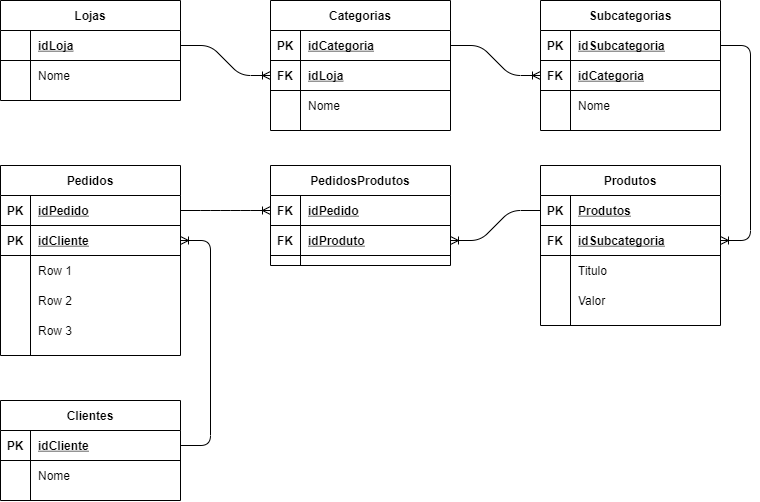
This is Spint_1-BancoDeDados/exercicios/1.5-exercicio-ecommerce/01_modelagem_conceitual-logico-logico.png.png from Meuniki/Senai-Dev, a draw.io export, as it was before one commit. Source tidied: cells renumbered, new cells last; positions are measured from the earlier drawing's top-left corner, leaving out a move shared by most shapes. Its diagram source:
```xml
<mxGraphModel>
  <root>
    <mxCell id="0" />
    <mxCell id="1" parent="0" />
    <mxCell id="2" value="Lojas" style="shape=table;startSize=30;rowLines=0;fontStyle=1;align=center;" parent="1" vertex="1">
      <mxGeometry width="180" height="100" as="geometry" />
    </mxCell>
    <mxCell id="3" style="shape=partialRectangle;fillColor=none;top=0;left=0;bottom=1;right=0;points=[[0,0.5],[1,0.5]];portConstraint=eastwest;" parent="2" vertex="1">
      <mxGeometry y="30" width="180" height="30" as="geometry" />
    </mxCell>
    <mxCell id="4" style="shape=partialRectangle;fillColor=none;top=0;left=0;bottom=0;right=0;fontStyle=1;overflow=hidden;" parent="3" vertex="1">
      <mxGeometry width="30" height="30" as="geometry" />
    </mxCell>
    <mxCell id="5" value="idLoja" style="shape=partialRectangle;fillColor=none;top=0;left=0;bottom=0;right=0;align=left;spacingLeft=6;fontStyle=5;overflow=hidden;" parent="3" vertex="1">
      <mxGeometry x="30" width="150" height="30" as="geometry" />
    </mxCell>
    <mxCell id="6" style="shape=partialRectangle;fillColor=none;top=0;left=0;bottom=0;right=0;" parent="2" vertex="1">
      <mxGeometry y="60" width="180" height="30" as="geometry" />
    </mxCell>
    <mxCell id="7" style="shape=partialRectangle;fillColor=none;top=0;left=0;bottom=0;right=0;overflow=hidden;" parent="6" vertex="1">
      <mxGeometry width="30" height="30" as="geometry" />
    </mxCell>
    <mxCell id="8" value="Nome" style="shape=partialRectangle;fillColor=none;top=0;left=0;bottom=0;right=0;align=left;spacingLeft=6;overflow=hidden;" parent="6" vertex="1">
      <mxGeometry x="30" width="150" height="30" as="geometry" />
    </mxCell>
    <mxCell id="9" value="Categorias" style="shape=table;startSize=30;rowLines=0;fontStyle=1;align=center;" parent="1" vertex="1">
      <mxGeometry x="270" width="180" height="130" as="geometry" />
    </mxCell>
    <mxCell id="10" style="shape=partialRectangle;fillColor=none;top=0;left=0;bottom=1;right=0;points=[[0,0.5],[1,0.5]];portConstraint=eastwest;" parent="9" vertex="1">
      <mxGeometry y="30" width="180" height="30" as="geometry" />
    </mxCell>
    <mxCell id="11" value="PK" style="shape=partialRectangle;fillColor=none;top=0;left=0;bottom=0;right=0;fontStyle=1;overflow=hidden;" parent="10" vertex="1">
      <mxGeometry width="30" height="30" as="geometry" />
    </mxCell>
    <mxCell id="12" value="idCategoria" style="shape=partialRectangle;fillColor=none;top=0;left=0;bottom=0;right=0;align=left;spacingLeft=6;fontStyle=5;overflow=hidden;" parent="10" vertex="1">
      <mxGeometry x="30" width="150" height="30" as="geometry" />
    </mxCell>
    <mxCell id="13" style="shape=partialRectangle;fillColor=none;top=0;left=0;bottom=1;right=0;points=[[0,0.5],[1,0.5]];portConstraint=eastwest;" parent="9" vertex="1">
      <mxGeometry y="60" width="180" height="30" as="geometry" />
    </mxCell>
    <mxCell id="14" value="FK" style="shape=partialRectangle;fillColor=none;top=0;left=0;bottom=0;right=0;fontStyle=1;overflow=hidden;" parent="13" vertex="1">
      <mxGeometry width="30" height="30" as="geometry" />
    </mxCell>
    <mxCell id="15" value="idLoja" style="shape=partialRectangle;fillColor=none;top=0;left=0;bottom=0;right=0;align=left;spacingLeft=6;fontStyle=5;overflow=hidden;" parent="13" vertex="1">
      <mxGeometry x="30" width="150" height="30" as="geometry" />
    </mxCell>
    <mxCell id="16" style="shape=partialRectangle;fillColor=none;top=0;left=0;bottom=0;right=0;" parent="9" vertex="1">
      <mxGeometry y="90" width="180" height="30" as="geometry" />
    </mxCell>
    <mxCell id="17" style="shape=partialRectangle;fillColor=none;top=0;left=0;bottom=0;right=0;overflow=hidden;" parent="16" vertex="1">
      <mxGeometry width="30" height="30" as="geometry" />
    </mxCell>
    <mxCell id="18" value="Nome" style="shape=partialRectangle;fillColor=none;top=0;left=0;bottom=0;right=0;align=left;spacingLeft=6;overflow=hidden;" parent="16" vertex="1">
      <mxGeometry x="30" width="150" height="30" as="geometry" />
    </mxCell>
    <mxCell id="19" value="Subcategorias" style="shape=table;startSize=30;rowLines=0;fontStyle=1;align=center;" parent="1" vertex="1">
      <mxGeometry x="540" width="180" height="130" as="geometry" />
    </mxCell>
    <mxCell id="20" style="shape=partialRectangle;fillColor=none;top=0;left=0;bottom=1;right=0;points=[[0,0.5],[1,0.5]];portConstraint=eastwest;" parent="19" vertex="1">
      <mxGeometry y="30" width="180" height="30" as="geometry" />
    </mxCell>
    <mxCell id="21" value="PK" style="shape=partialRectangle;fillColor=none;top=0;left=0;bottom=0;right=0;fontStyle=1;overflow=hidden;" parent="20" vertex="1">
      <mxGeometry width="30" height="30" as="geometry" />
    </mxCell>
    <mxCell id="22" value="idSubcategoria" style="shape=partialRectangle;fillColor=none;top=0;left=0;bottom=0;right=0;align=left;spacingLeft=6;fontStyle=5;overflow=hidden;" parent="20" vertex="1">
      <mxGeometry x="30" width="150" height="30" as="geometry" />
    </mxCell>
    <mxCell id="23" style="shape=partialRectangle;fillColor=none;top=0;left=0;bottom=1;right=0;points=[[0,0.5],[1,0.5]];portConstraint=eastwest;" parent="19" vertex="1">
      <mxGeometry y="60" width="180" height="30" as="geometry" />
    </mxCell>
    <mxCell id="24" value="FK" style="shape=partialRectangle;fillColor=none;top=0;left=0;bottom=0;right=0;fontStyle=1;overflow=hidden;" parent="23" vertex="1">
      <mxGeometry width="30" height="30" as="geometry" />
    </mxCell>
    <mxCell id="25" value="idCategoria" style="shape=partialRectangle;fillColor=none;top=0;left=0;bottom=0;right=0;align=left;spacingLeft=6;fontStyle=5;overflow=hidden;" parent="23" vertex="1">
      <mxGeometry x="30" width="150" height="30" as="geometry" />
    </mxCell>
    <mxCell id="26" style="shape=partialRectangle;fillColor=none;top=0;left=0;bottom=0;right=0;" parent="19" vertex="1">
      <mxGeometry y="90" width="180" height="30" as="geometry" />
    </mxCell>
    <mxCell id="27" style="shape=partialRectangle;fillColor=none;top=0;left=0;bottom=0;right=0;overflow=hidden;" parent="26" vertex="1">
      <mxGeometry width="30" height="30" as="geometry" />
    </mxCell>
    <mxCell id="28" value="Nome" style="shape=partialRectangle;fillColor=none;top=0;left=0;bottom=0;right=0;align=left;spacingLeft=6;overflow=hidden;" parent="26" vertex="1">
      <mxGeometry x="30" width="150" height="30" as="geometry" />
    </mxCell>
    <mxCell id="29" value="PedidosProdutos" style="shape=table;startSize=30;rowLines=0;fontStyle=1;align=center;" parent="1" vertex="1">
      <mxGeometry x="270" y="165" width="180" height="100" as="geometry" />
    </mxCell>
    <mxCell id="30" style="shape=partialRectangle;fillColor=none;top=0;left=0;bottom=1;right=0;points=[[0,0.5],[1,0.5]];portConstraint=eastwest;" parent="29" vertex="1">
      <mxGeometry y="30" width="180" height="30" as="geometry" />
    </mxCell>
    <mxCell id="31" value="FK" style="shape=partialRectangle;fillColor=none;top=0;left=0;bottom=0;right=0;fontStyle=1;overflow=hidden;" parent="30" vertex="1">
      <mxGeometry width="30" height="30" as="geometry" />
    </mxCell>
    <mxCell id="32" value="idPedido" style="shape=partialRectangle;fillColor=none;top=0;left=0;bottom=0;right=0;align=left;spacingLeft=6;fontStyle=5;overflow=hidden;" parent="30" vertex="1">
      <mxGeometry x="30" width="150" height="30" as="geometry" />
    </mxCell>
    <mxCell id="33" style="shape=partialRectangle;fillColor=none;top=0;left=0;bottom=1;right=0;points=[[0,0.5],[1,0.5]];portConstraint=eastwest;" parent="29" vertex="1">
      <mxGeometry y="60" width="180" height="30" as="geometry" />
    </mxCell>
    <mxCell id="34" value="FK" style="shape=partialRectangle;fillColor=none;top=0;left=0;bottom=0;right=0;fontStyle=1;overflow=hidden;" parent="33" vertex="1">
      <mxGeometry width="30" height="30" as="geometry" />
    </mxCell>
    <mxCell id="35" value="idProduto" style="shape=partialRectangle;fillColor=none;top=0;left=0;bottom=0;right=0;align=left;spacingLeft=6;fontStyle=5;overflow=hidden;" parent="33" vertex="1">
      <mxGeometry x="30" width="150" height="30" as="geometry" />
    </mxCell>
    <mxCell id="36" value="Clientes" style="shape=table;startSize=30;rowLines=0;fontStyle=1;align=center;" parent="1" vertex="1">
      <mxGeometry y="400" width="180" height="100" as="geometry" />
    </mxCell>
    <mxCell id="37" style="shape=partialRectangle;fillColor=none;top=0;left=0;bottom=1;right=0;points=[[0,0.5],[1,0.5]];portConstraint=eastwest;" parent="36" vertex="1">
      <mxGeometry y="30" width="180" height="30" as="geometry" />
    </mxCell>
    <mxCell id="38" value="PK" style="shape=partialRectangle;fillColor=none;top=0;left=0;bottom=0;right=0;fontStyle=1;overflow=hidden;" parent="37" vertex="1">
      <mxGeometry width="30" height="30" as="geometry" />
    </mxCell>
    <mxCell id="39" value="idCliente" style="shape=partialRectangle;fillColor=none;top=0;left=0;bottom=0;right=0;align=left;spacingLeft=6;fontStyle=5;overflow=hidden;" parent="37" vertex="1">
      <mxGeometry x="30" width="150" height="30" as="geometry" />
    </mxCell>
    <mxCell id="40" style="shape=partialRectangle;fillColor=none;top=0;left=0;bottom=0;right=0;" parent="36" vertex="1">
      <mxGeometry y="60" width="180" height="30" as="geometry" />
    </mxCell>
    <mxCell id="41" style="shape=partialRectangle;fillColor=none;top=0;left=0;bottom=0;right=0;overflow=hidden;" parent="40" vertex="1">
      <mxGeometry width="30" height="30" as="geometry" />
    </mxCell>
    <mxCell id="42" value="Nome" style="shape=partialRectangle;fillColor=none;top=0;left=0;bottom=0;right=0;align=left;spacingLeft=6;overflow=hidden;" parent="40" vertex="1">
      <mxGeometry x="30" width="150" height="30" as="geometry" />
    </mxCell>
    <mxCell id="43" value="Produtos" style="shape=table;startSize=30;rowLines=0;fontStyle=1;align=center;" parent="1" vertex="1">
      <mxGeometry x="540" y="165" width="180" height="160" as="geometry" />
    </mxCell>
    <mxCell id="44" style="shape=partialRectangle;fillColor=none;top=0;left=0;bottom=1;right=0;points=[[0,0.5],[1,0.5]];portConstraint=eastwest;" parent="43" vertex="1">
      <mxGeometry y="30" width="180" height="30" as="geometry" />
    </mxCell>
    <mxCell id="45" value="PK" style="shape=partialRectangle;fillColor=none;top=0;left=0;bottom=0;right=0;fontStyle=1;overflow=hidden;" parent="44" vertex="1">
      <mxGeometry width="30" height="30" as="geometry" />
    </mxCell>
    <mxCell id="46" value="Produtos" style="shape=partialRectangle;fillColor=none;top=0;left=0;bottom=0;right=0;align=left;spacingLeft=6;fontStyle=5;overflow=hidden;" parent="44" vertex="1">
      <mxGeometry x="30" width="150" height="30" as="geometry" />
    </mxCell>
    <mxCell id="47" style="shape=partialRectangle;fillColor=none;top=0;left=0;bottom=1;right=0;points=[[0,0.5],[1,0.5]];portConstraint=eastwest;" parent="43" vertex="1">
      <mxGeometry y="60" width="180" height="30" as="geometry" />
    </mxCell>
    <mxCell id="48" value="FK" style="shape=partialRectangle;fillColor=none;top=0;left=0;bottom=0;right=0;fontStyle=1;overflow=hidden;" parent="47" vertex="1">
      <mxGeometry width="30" height="30" as="geometry" />
    </mxCell>
    <mxCell id="49" value="idSubcategoria" style="shape=partialRectangle;fillColor=none;top=0;left=0;bottom=0;right=0;align=left;spacingLeft=6;fontStyle=5;overflow=hidden;" parent="47" vertex="1">
      <mxGeometry x="30" width="150" height="30" as="geometry" />
    </mxCell>
    <mxCell id="50" style="shape=partialRectangle;fillColor=none;top=0;left=0;bottom=0;right=0;" parent="43" vertex="1">
      <mxGeometry y="90" width="180" height="30" as="geometry" />
    </mxCell>
    <mxCell id="51" style="shape=partialRectangle;fillColor=none;top=0;left=0;bottom=0;right=0;overflow=hidden;" parent="50" vertex="1">
      <mxGeometry width="30" height="30" as="geometry" />
    </mxCell>
    <mxCell id="52" value="Titulo" style="shape=partialRectangle;fillColor=none;top=0;left=0;bottom=0;right=0;align=left;spacingLeft=6;overflow=hidden;" parent="50" vertex="1">
      <mxGeometry x="30" width="150" height="30" as="geometry" />
    </mxCell>
    <mxCell id="53" style="shape=partialRectangle;fillColor=none;top=0;left=0;bottom=0;right=0;" parent="43" vertex="1">
      <mxGeometry y="120" width="180" height="30" as="geometry" />
    </mxCell>
    <mxCell id="54" style="shape=partialRectangle;fillColor=none;top=0;left=0;bottom=0;right=0;overflow=hidden;" parent="53" vertex="1">
      <mxGeometry width="30" height="30" as="geometry" />
    </mxCell>
    <mxCell id="55" value="Valor" style="shape=partialRectangle;fillColor=none;top=0;left=0;bottom=0;right=0;align=left;spacingLeft=6;overflow=hidden;" parent="53" vertex="1">
      <mxGeometry x="30" width="150" height="30" as="geometry" />
    </mxCell>
    <mxCell id="56" style="edgeStyle=entityRelationEdgeStyle;fontSize=12;html=1;endArrow=ERoneToMany;" parent="1" edge="1" source="3" target="13">
      <mxGeometry relative="1" as="geometry" />
    </mxCell>
    <mxCell id="57" style="edgeStyle=entityRelationEdgeStyle;fontSize=12;html=1;endArrow=ERoneToMany;" parent="1" edge="1" source="10" target="23">
      <mxGeometry relative="1" as="geometry" />
    </mxCell>
    <mxCell id="58" style="edgeStyle=entityRelationEdgeStyle;fontSize=12;html=1;endArrow=ERoneToMany;" parent="1" edge="1" source="20" target="47">
      <mxGeometry relative="1" as="geometry" />
    </mxCell>
    <mxCell id="59" style="edgeStyle=entityRelationEdgeStyle;fontSize=12;html=1;endArrow=ERoneToMany;" parent="1" edge="1" source="44" target="33">
      <mxGeometry relative="1" as="geometry" />
    </mxCell>
    <mxCell id="60" value="Pedidos" style="shape=table;startSize=30;rowLines=0;fontStyle=1;align=center;" parent="1" vertex="1">
      <mxGeometry y="165" width="180" height="190" as="geometry" />
    </mxCell>
    <mxCell id="61" style="shape=partialRectangle;fillColor=none;top=0;left=0;bottom=1;right=0;points=[[0,0.5],[1,0.5]];portConstraint=eastwest;" parent="60" vertex="1">
      <mxGeometry y="30" width="180" height="30" as="geometry" />
    </mxCell>
    <mxCell id="62" value="PK" style="shape=partialRectangle;fillColor=none;top=0;left=0;bottom=0;right=0;fontStyle=1;overflow=hidden;" parent="61" vertex="1">
      <mxGeometry width="30" height="30" as="geometry" />
    </mxCell>
    <mxCell id="63" value="idPedido" style="shape=partialRectangle;fillColor=none;top=0;left=0;bottom=0;right=0;align=left;spacingLeft=6;fontStyle=5;overflow=hidden;" parent="61" vertex="1">
      <mxGeometry x="30" width="150" height="30" as="geometry" />
    </mxCell>
    <mxCell id="64" style="shape=partialRectangle;fillColor=none;top=0;left=0;bottom=1;right=0;points=[[0,0.5],[1,0.5]];portConstraint=eastwest;" parent="60" vertex="1">
      <mxGeometry y="60" width="180" height="30" as="geometry" />
    </mxCell>
    <mxCell id="65" value="PK" style="shape=partialRectangle;fillColor=none;top=0;left=0;bottom=0;right=0;fontStyle=1;overflow=hidden;" parent="64" vertex="1">
      <mxGeometry width="30" height="30" as="geometry" />
    </mxCell>
    <mxCell id="66" value="idCliente" style="shape=partialRectangle;fillColor=none;top=0;left=0;bottom=0;right=0;align=left;spacingLeft=6;fontStyle=5;overflow=hidden;" parent="64" vertex="1">
      <mxGeometry x="30" width="150" height="30" as="geometry" />
    </mxCell>
    <mxCell id="67" style="shape=partialRectangle;fillColor=none;top=0;left=0;bottom=0;right=0;" parent="60" vertex="1">
      <mxGeometry y="90" width="180" height="30" as="geometry" />
    </mxCell>
    <mxCell id="68" style="shape=partialRectangle;fillColor=none;top=0;left=0;bottom=0;right=0;overflow=hidden;" parent="67" vertex="1">
      <mxGeometry width="30" height="30" as="geometry" />
    </mxCell>
    <mxCell id="69" value="Row 1" style="shape=partialRectangle;fillColor=none;top=0;left=0;bottom=0;right=0;align=left;spacingLeft=6;overflow=hidden;" parent="67" vertex="1">
      <mxGeometry x="30" width="150" height="30" as="geometry" />
    </mxCell>
    <mxCell id="70" style="shape=partialRectangle;fillColor=none;top=0;left=0;bottom=0;right=0;" parent="60" vertex="1">
      <mxGeometry y="120" width="180" height="30" as="geometry" />
    </mxCell>
    <mxCell id="71" style="shape=partialRectangle;fillColor=none;top=0;left=0;bottom=0;right=0;overflow=hidden;" parent="70" vertex="1">
      <mxGeometry width="30" height="30" as="geometry" />
    </mxCell>
    <mxCell id="72" value="Row 2" style="shape=partialRectangle;fillColor=none;top=0;left=0;bottom=0;right=0;align=left;spacingLeft=6;overflow=hidden;" parent="70" vertex="1">
      <mxGeometry x="30" width="150" height="30" as="geometry" />
    </mxCell>
    <mxCell id="73" style="shape=partialRectangle;fillColor=none;top=0;left=0;bottom=0;right=0;" parent="60" vertex="1">
      <mxGeometry y="150" width="180" height="30" as="geometry" />
    </mxCell>
    <mxCell id="74" style="shape=partialRectangle;fillColor=none;top=0;left=0;bottom=0;right=0;overflow=hidden;" parent="73" vertex="1">
      <mxGeometry width="30" height="30" as="geometry" />
    </mxCell>
    <mxCell id="75" value="Row 3" style="shape=partialRectangle;fillColor=none;top=0;left=0;bottom=0;right=0;align=left;spacingLeft=6;overflow=hidden;" parent="73" vertex="1">
      <mxGeometry x="30" width="150" height="30" as="geometry" />
    </mxCell>
    <mxCell id="76" style="edgeStyle=entityRelationEdgeStyle;fontSize=12;html=1;endArrow=ERoneToMany;" parent="1" edge="1" source="61" target="30">
      <mxGeometry relative="1" as="geometry" />
    </mxCell>
    <mxCell id="77" style="edgeStyle=entityRelationEdgeStyle;fontSize=12;html=1;endArrow=ERoneToMany;" parent="1" edge="1" source="37" target="64">
      <mxGeometry relative="1" as="geometry" />
    </mxCell>
  </root>
</mxGraphModel>
```
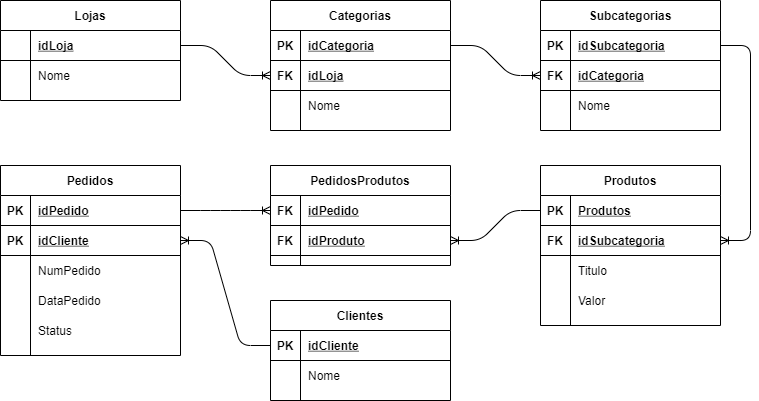
After the change.

The edit, as a diff of the source:
```diff
@@ -105,7 +105,7 @@
       <mxGeometry x="30" width="150" height="30" as="geometry" />
     </mxCell>
     <mxCell id="36" value="Clientes" style="shape=table;startSize=30;rowLines=0;fontStyle=1;align=center;" parent="1" vertex="1">
-      <mxGeometry y="400" width="180" height="100" as="geometry" />
+      <mxGeometry x="270" y="300" width="180" height="100" as="geometry" />
     </mxCell>
     <mxCell id="37" style="shape=partialRectangle;fillColor=none;top=0;left=0;bottom=1;right=0;points=[[0,0.5],[1,0.5]];portConstraint=eastwest;" parent="36" vertex="1">
       <mxGeometry y="30" width="180" height="30" as="geometry" />
@@ -203,7 +203,7 @@
     <mxCell id="68" style="shape=partialRectangle;fillColor=none;top=0;left=0;bottom=0;right=0;overflow=hidden;" parent="67" vertex="1">
       <mxGeometry width="30" height="30" as="geometry" />
     </mxCell>
-    <mxCell id="69" value="Row 1" style="shape=partialRectangle;fillColor=none;top=0;left=0;bottom=0;right=0;align=left;spacingLeft=6;overflow=hidden;" parent="67" vertex="1">
+    <mxCell id="69" value="NumPedido" style="shape=partialRectangle;fillColor=none;top=0;left=0;bottom=0;right=0;align=left;spacingLeft=6;overflow=hidden;" parent="67" vertex="1">
       <mxGeometry x="30" width="150" height="30" as="geometry" />
     </mxCell>
     <mxCell id="70" style="shape=partialRectangle;fillColor=none;top=0;left=0;bottom=0;right=0;" parent="60" vertex="1">
@@ -212,7 +212,7 @@
     <mxCell id="71" style="shape=partialRectangle;fillColor=none;top=0;left=0;bottom=0;right=0;overflow=hidden;" parent="70" vertex="1">
       <mxGeometry width="30" height="30" as="geometry" />
     </mxCell>
-    <mxCell id="72" value="Row 2" style="shape=partialRectangle;fillColor=none;top=0;left=0;bottom=0;right=0;align=left;spacingLeft=6;overflow=hidden;" parent="70" vertex="1">
+    <mxCell id="72" value="DataPedido" style="shape=partialRectangle;fillColor=none;top=0;left=0;bottom=0;right=0;align=left;spacingLeft=6;overflow=hidden;" parent="70" vertex="1">
       <mxGeometry x="30" width="150" height="30" as="geometry" />
     </mxCell>
     <mxCell id="73" style="shape=partialRectangle;fillColor=none;top=0;left=0;bottom=0;right=0;" parent="60" vertex="1">
@@ -221,7 +221,7 @@
     <mxCell id="74" style="shape=partialRectangle;fillColor=none;top=0;left=0;bottom=0;right=0;overflow=hidden;" parent="73" vertex="1">
       <mxGeometry width="30" height="30" as="geometry" />
     </mxCell>
-    <mxCell id="75" value="Row 3" style="shape=partialRectangle;fillColor=none;top=0;left=0;bottom=0;right=0;align=left;spacingLeft=6;overflow=hidden;" parent="73" vertex="1">
+    <mxCell id="75" value="Status" style="shape=partialRectangle;fillColor=none;top=0;left=0;bottom=0;right=0;align=left;spacingLeft=6;overflow=hidden;" parent="73" vertex="1">
       <mxGeometry x="30" width="150" height="30" as="geometry" />
     </mxCell>
     <mxCell id="76" style="edgeStyle=entityRelationEdgeStyle;fontSize=12;html=1;endArrow=ERoneToMany;" parent="1" edge="1" source="61" target="30">
```
